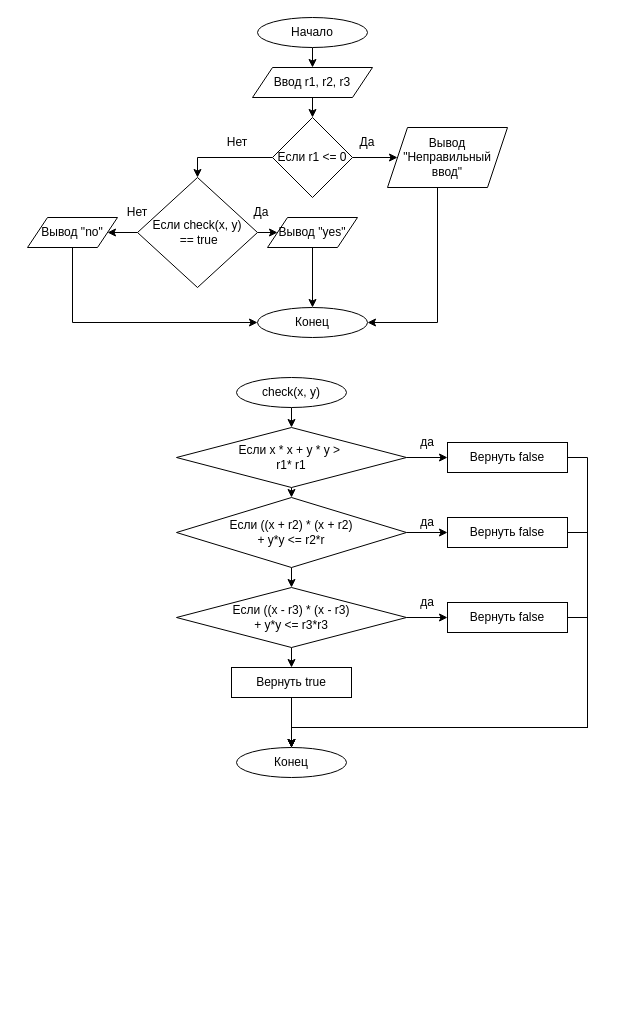
Above: Algo_dann_2_curs/Диаграмма без названия.drawio in Idontlikeni/Uni_docs (draw.io), before the change. Source tidied: cells renumbered, new cells numbered last; positions are measured from the earlier drawing's top-left corner, leaving out a move shared by most shapes. Both pictures are drawn from the tidied source at 100%, with x=0, y=0 at pixel (27, 17).
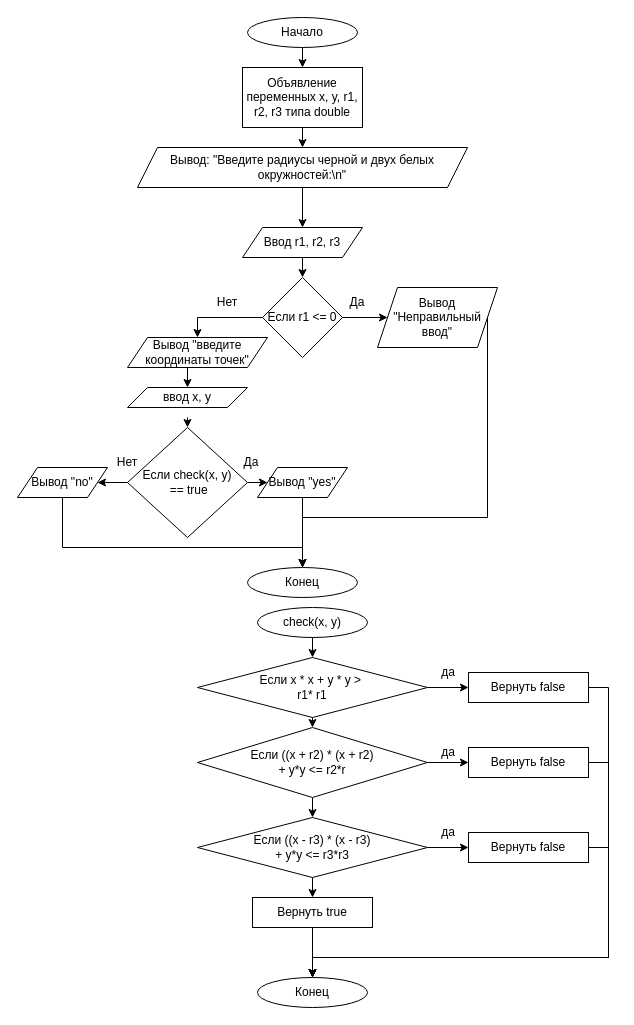
The same page after the edit.

What changed in the source:
```diff
@@
-    <mxCell id="2" style="edgeStyle=orthogonalEdgeStyle;rounded=0;jettySize=auto;html=1;exitX=0.5;exitY=1;exitDx=0;exitDy=0;entryX=0.5;entryY=0;entryDx=0;entryDy=0;" parent="1" edge="1" source="3" target="6">
-      <mxGeometry relative="1" as="geometry" />
-    </mxCell>
+    <mxCell id="46" style="edgeStyle=orthogonalEdgeStyle;rounded=0;jettySize=auto;html=1;exitX=0.5;exitY=1;exitDx=0;exitDy=0;entryX=0.5;entryY=0;entryDx=0;entryDy=0;" parent="1" edge="1" source="3" target="49">
+      <mxGeometry relative="1" as="geometry" />
+    </mxCell>
     <mxCell id="3" value="Начало" style="ellipse;whiteSpace=wrap;html=1;" parent="1" vertex="1">
-      <mxGeometry x="230" width="110" height="30" as="geometry" />
+      <mxGeometry x="220" width="110" height="30" as="geometry" />
     </mxCell>
     <mxCell id="4" value="Конец" style="ellipse;whiteSpace=wrap;html=1;" parent="1" vertex="1">
-      <mxGeometry x="230" y="290" width="110" height="30" as="geometry" />
+      <mxGeometry x="220" y="550" width="110" height="30" as="geometry" />
     </mxCell>
@@
     <mxCell id="6" value="Ввод r1, r2, r3" style="shape=parallelogram;perimeter=parallelogramPerimeter;whiteSpace=wrap;html=1;fixedSize=1;" parent="1" vertex="1">
-      <mxGeometry x="225" y="50" width="120" height="30" as="geometry" />
+      <mxGeometry x="215" y="210" width="120" height="30" as="geometry" />
     </mxCell>
@@
-    <mxCell id="8" style="edgeStyle=orthogonalEdgeStyle;rounded=0;jettySize=auto;html=1;exitX=0;exitY=0.5;exitDx=0;exitDy=0;entryX=0.5;entryY=0;entryDx=0;entryDy=0;" parent="1" edge="1" source="9" target="16">
-      <mxGeometry relative="1" as="geometry" />
-    </mxCell>
+    <mxCell id="47" style="edgeStyle=orthogonalEdgeStyle;rounded=0;jettySize=auto;html=1;exitX=0;exitY=0.5;exitDx=0;exitDy=0;entryX=0.5;entryY=0;entryDx=0;entryDy=0;" parent="1" edge="1" source="9" target="53">
+      <mxGeometry relative="1" as="geometry" />
+    </mxCell>
     <mxCell id="9" value="Если r1 &amp;lt;= 0" style="rhombus;whiteSpace=wrap;html=1;" parent="1" vertex="1">
-      <mxGeometry x="245" y="100" width="80" height="80" as="geometry" />
+      <mxGeometry x="235" y="260" width="80" height="80" as="geometry" />
     </mxCell>
-    <mxCell id="10" style="edgeStyle=orthogonalEdgeStyle;rounded=0;jettySize=auto;html=1;entryX=1;entryY=0.5;entryDx=0;entryDy=0;" parent="1" edge="1" source="11" target="4">
+    <mxCell id="10" style="edgeStyle=orthogonalEdgeStyle;rounded=0;jettySize=auto;html=1;exitX=1;exitY=0.5;exitDx=0;exitDy=0;entryX=0.5;entryY=0;entryDx=0;entryDy=0;" parent="1" edge="1" source="11" target="4">
       <mxGeometry relative="1" as="geometry">
         <Array as="points">
-          <mxPoint x="410" y="305" />
+          <mxPoint x="460" y="500" />
+          <mxPoint x="275" y="500" />
         </Array>
       </mxGeometry>
     </mxCell>
     <mxCell id="11" value="Вывод &quot;Неправильный ввод&quot;" style="shape=parallelogram;perimeter=parallelogramPerimeter;whiteSpace=wrap;html=1;fixedSize=1;" parent="1" vertex="1">
-      <mxGeometry x="360" y="110" width="120" height="60" as="geometry" />
+      <mxGeometry x="350" y="270" width="120" height="60" as="geometry" />
     </mxCell>
     <mxCell id="12" value="Да" style="text;html=1;align=center;verticalAlign=middle;whiteSpace=wrap;rounded=0;" parent="1" vertex="1">
-      <mxGeometry x="310" y="110" width="60" height="30" as="geometry" />
+      <mxGeometry x="300" y="270" width="60" height="30" as="geometry" />
     </mxCell>
     <mxCell id="13" value="Нет" style="text;html=1;align=center;verticalAlign=middle;whiteSpace=wrap;rounded=0;" parent="1" vertex="1">
-      <mxGeometry x="180" y="110" width="60" height="30" as="geometry" />
+      <mxGeometry x="170" y="270" width="60" height="30" as="geometry" />
     </mxCell>
@@
     <mxCell id="16" value="Если check(x, y)&lt;div&gt;&amp;nbsp;== true&lt;/div&gt;" style="rhombus;whiteSpace=wrap;html=1;" parent="1" vertex="1">
-      <mxGeometry x="110" y="160" width="120" height="110" as="geometry" />
+      <mxGeometry x="100" y="410" width="120" height="110" as="geometry" />
     </mxCell>
-    <mxCell id="17" style="edgeStyle=orthogonalEdgeStyle;rounded=0;jettySize=auto;html=1;exitX=0.5;exitY=1;exitDx=0;exitDy=0;" parent="1" edge="1" source="18" target="4">
+    <mxCell id="17" style="edgeStyle=orthogonalEdgeStyle;rounded=0;jettySize=auto;html=1;exitX=0.5;exitY=1;exitDx=0;exitDy=0;entryX=0.5;entryY=0;entryDx=0;entryDy=0;" parent="1" edge="1" source="18" target="4">
       <mxGeometry relative="1" as="geometry" />
     </mxCell>
     <mxCell id="18" value="Вывод &quot;yes&quot;" style="shape=parallelogram;perimeter=parallelogramPerimeter;whiteSpace=wrap;html=1;fixedSize=1;" parent="1" vertex="1">
-      <mxGeometry x="240" y="200" width="90" height="30" as="geometry" />
+      <mxGeometry x="230" y="450" width="90" height="30" as="geometry" />
     </mxCell>
-    <mxCell id="19" style="edgeStyle=orthogonalEdgeStyle;rounded=0;jettySize=auto;html=1;exitX=0.5;exitY=1;exitDx=0;exitDy=0;entryX=0;entryY=0.5;entryDx=0;entryDy=0;" parent="1" edge="1" source="20" target="4">
-      <mxGeometry relative="1" as="geometry" />
+    <mxCell id="19" style="edgeStyle=orthogonalEdgeStyle;rounded=0;jettySize=auto;html=1;exitX=0.5;exitY=1;exitDx=0;exitDy=0;entryX=0.5;entryY=0;entryDx=0;entryDy=0;" parent="1" edge="1" source="20" target="4">
+      <mxGeometry relative="1" as="geometry">
+        <Array as="points">
+          <mxPoint x="35" y="530" />
+          <mxPoint x="275" y="530" />
+        </Array>
+      </mxGeometry>
     </mxCell>
     <mxCell id="20" value="Вывод &quot;no&quot;" style="shape=parallelogram;perimeter=parallelogramPerimeter;whiteSpace=wrap;html=1;fixedSize=1;" parent="1" vertex="1">
-      <mxGeometry y="200" width="90" height="30" as="geometry" />
+      <mxGeometry x="-10" y="450" width="90" height="30" as="geometry" />
     </mxCell>
     <mxCell id="21" value="Да" style="text;html=1;align=center;verticalAlign=middle;whiteSpace=wrap;rounded=0;" parent="1" vertex="1">
-      <mxGeometry x="204" y="180" width="60" height="30" as="geometry" />
+      <mxGeometry x="194" y="430" width="60" height="30" as="geometry" />
     </mxCell>
     <mxCell id="22" value="Нет" style="text;html=1;align=center;verticalAlign=middle;whiteSpace=wrap;rounded=0;" parent="1" vertex="1">
-      <mxGeometry x="80" y="180" width="60" height="30" as="geometry" />
+      <mxGeometry x="70" y="430" width="60" height="30" as="geometry" />
     </mxCell>
@@
     <mxCell id="24" value="check(x, y)" style="ellipse;whiteSpace=wrap;html=1;" parent="1" vertex="1">
-      <mxGeometry x="209" y="360" width="110" height="30" as="geometry" />
+      <mxGeometry x="230" y="590" width="110" height="30" as="geometry" />
     </mxCell>
     <mxCell id="25" value="Конец" style="ellipse;whiteSpace=wrap;html=1;" parent="1" vertex="1">
-      <mxGeometry x="209" y="730" width="110" height="30" as="geometry" />
+      <mxGeometry x="230" y="960" width="110" height="30" as="geometry" />
     </mxCell>
@@
     <mxCell id="28" value="&lt;font style=&quot;font-size: 12px;&quot;&gt;Если&amp;nbsp;&lt;span style=&quot;&quot; lang=&quot;EN-US&quot;&gt;x * x + y * y &amp;gt;&amp;nbsp;&lt;/span&gt;&lt;/font&gt;&lt;div&gt;&lt;span style=&quot;&quot; lang=&quot;EN-US&quot;&gt;&lt;font style=&quot;font-size: 12px;&quot;&gt;r1* r1&lt;/font&gt;&lt;/span&gt;&lt;/div&gt;" style="rhombus;whiteSpace=wrap;html=1;" parent="1" vertex="1">
-      <mxGeometry x="149" y="410" width="230" height="60" as="geometry" />
+      <mxGeometry x="170" y="640" width="230" height="60" as="geometry" />
     </mxCell>
     <mxCell id="29" style="edgeStyle=orthogonalEdgeStyle;rounded=0;jettySize=auto;html=1;exitX=1;exitY=0.5;exitDx=0;exitDy=0;entryX=0.5;entryY=0;entryDx=0;entryDy=0;" parent="1" edge="1" source="30" target="25">
       <mxGeometry relative="1" as="geometry">
         <Array as="points">
-          <mxPoint x="560" y="440" />
-          <mxPoint x="560" y="710" />
-          <mxPoint x="264" y="710" />
+          <mxPoint x="581" y="670" />
+          <mxPoint x="581" y="940" />
+          <mxPoint x="285" y="940" />
         </Array>
       </mxGeometry>
     </mxCell>
     <mxCell id="30" value="Вернуть false" style="rounded=0;whiteSpace=wrap;html=1;" parent="1" vertex="1">
-      <mxGeometry x="420" y="425" width="120" height="30" as="geometry" />
+      <mxGeometry x="441" y="655" width="120" height="30" as="geometry" />
     </mxCell>
     <mxCell id="31" value="да" style="text;html=1;align=center;verticalAlign=middle;whiteSpace=wrap;rounded=0;" parent="1" vertex="1">
-      <mxGeometry x="370" y="410" width="60" height="30" as="geometry" />
+      <mxGeometry x="391" y="640" width="60" height="30" as="geometry" />
     </mxCell>
@@
     <mxCell id="34" value="Если&amp;nbsp;&lt;span style=&quot;&quot; lang=&quot;EN-US&quot;&gt;((x + r2) * (x + r2)&lt;br&gt;+ y*y &amp;lt;= r2*r&lt;/span&gt;" style="rhombus;whiteSpace=wrap;html=1;" parent="1" vertex="1">
-      <mxGeometry x="149" y="480" width="230" height="70" as="geometry" />
+      <mxGeometry x="170" y="710" width="230" height="70" as="geometry" />
     </mxCell>
@@
     <mxCell id="37" value="&lt;span style=&quot;&quot; lang=&quot;EN-US&quot;&gt;Если ((x - r3) * (x - r3)&lt;br&gt;+ y*y &amp;lt;= r3*r3&lt;/span&gt;" style="rhombus;whiteSpace=wrap;html=1;" parent="1" vertex="1">
-      <mxGeometry x="149" y="570" width="230" height="60" as="geometry" />
+      <mxGeometry x="170" y="800" width="230" height="60" as="geometry" />
     </mxCell>
@@
     <mxCell id="39" value="Вернуть true" style="rounded=0;whiteSpace=wrap;html=1;" parent="1" vertex="1">
-      <mxGeometry x="204" y="650" width="120" height="30" as="geometry" />
+      <mxGeometry x="225" y="880" width="120" height="30" as="geometry" />
     </mxCell>
     <mxCell id="40" style="edgeStyle=orthogonalEdgeStyle;rounded=0;jettySize=auto;html=1;exitX=1;exitY=0.5;exitDx=0;exitDy=0;entryX=0.5;entryY=0;entryDx=0;entryDy=0;" parent="1" edge="1" source="41" target="25">
       <mxGeometry relative="1" as="geometry">
         <Array as="points">
-          <mxPoint x="560" y="515" />
-          <mxPoint x="560" y="710" />
-          <mxPoint x="264" y="710" />
+          <mxPoint x="581" y="745" />
+          <mxPoint x="581" y="940" />
+          <mxPoint x="285" y="940" />
         </Array>
       </mxGeometry>
     </mxCell>
     <mxCell id="41" value="Вернуть false" style="rounded=0;whiteSpace=wrap;html=1;" parent="1" vertex="1">
-      <mxGeometry x="420" y="500" width="120" height="30" as="geometry" />
+      <mxGeometry x="441" y="730" width="120" height="30" as="geometry" />
     </mxCell>
     <mxCell id="42" style="edgeStyle=orthogonalEdgeStyle;rounded=0;jettySize=auto;html=1;exitX=1;exitY=0.5;exitDx=0;exitDy=0;entryX=0.5;entryY=0;entryDx=0;entryDy=0;" parent="1" edge="1" source="43" target="25">
       <mxGeometry relative="1" as="geometry">
         <Array as="points">
-          <mxPoint x="560" y="600" />
-          <mxPoint x="560" y="710" />
-          <mxPoint x="264" y="710" />
+          <mxPoint x="581" y="830" />
+          <mxPoint x="581" y="940" />
+          <mxPoint x="285" y="940" />
         </Array>
       </mxGeometry>
     </mxCell>
     <mxCell id="43" value="Вернуть false" style="rounded=0;whiteSpace=wrap;html=1;" parent="1" vertex="1">
-      <mxGeometry x="420" y="585" width="120" height="30" as="geometry" />
+      <mxGeometry x="441" y="815" width="120" height="30" as="geometry" />
     </mxCell>
     <mxCell id="44" value="да" style="text;html=1;align=center;verticalAlign=middle;whiteSpace=wrap;rounded=0;" parent="1" vertex="1">
-      <mxGeometry x="370" y="490" width="60" height="30" as="geometry" />
+      <mxGeometry x="391" y="720" width="60" height="30" as="geometry" />
     </mxCell>
     <mxCell id="45" value="да" style="text;html=1;align=center;verticalAlign=middle;whiteSpace=wrap;rounded=0;" parent="1" vertex="1">
-      <mxGeometry x="370" y="570" width="60" height="30" as="geometry" />
+      <mxGeometry x="391" y="800" width="60" height="30" as="geometry" />
     </mxCell>
+    <mxCell id="48" style="edgeStyle=orthogonalEdgeStyle;rounded=0;jettySize=auto;html=1;exitX=0.5;exitY=1;exitDx=0;exitDy=0;entryX=0.5;entryY=0;entryDx=0;entryDy=0;" parent="1" edge="1" source="49" target="51">
+      <mxGeometry relative="1" as="geometry" />
+    </mxCell>
+    <mxCell id="49" value="Объявление переменных x, y, r1, r2, r3 типа double" style="rounded=0;whiteSpace=wrap;html=1;" parent="1" vertex="1">
+      <mxGeometry x="215" y="50" width="120" height="60" as="geometry" />
+    </mxCell>
+    <mxCell id="50" style="edgeStyle=orthogonalEdgeStyle;rounded=0;jettySize=auto;html=1;exitX=0.5;exitY=1;exitDx=0;exitDy=0;entryX=0.5;entryY=0;entryDx=0;entryDy=0;" parent="1" edge="1" source="51" target="6">
+      <mxGeometry relative="1" as="geometry" />
+    </mxCell>
+    <mxCell id="51" value="Вывод: &quot;Введите радиусы черной и двух белых окружностей:\n&quot;" style="shape=parallelogram;perimeter=parallelogramPerimeter;whiteSpace=wrap;html=1;fixedSize=1;" parent="1" vertex="1">
+      <mxGeometry x="110" y="130" width="330" height="40" as="geometry" />
+    </mxCell>
+    <mxCell id="52" style="edgeStyle=orthogonalEdgeStyle;rounded=0;jettySize=auto;html=1;exitX=0.5;exitY=1;exitDx=0;exitDy=0;entryX=0.5;entryY=0;entryDx=0;entryDy=0;" parent="1" edge="1" source="53" target="55">
+      <mxGeometry relative="1" as="geometry" />
+    </mxCell>
+    <mxCell id="53" value="Вывод &quot;введите координаты точек&quot;" style="shape=parallelogram;perimeter=parallelogramPerimeter;whiteSpace=wrap;html=1;fixedSize=1;" parent="1" vertex="1">
+      <mxGeometry x="100" y="320" width="140" height="30" as="geometry" />
+    </mxCell>
+    <mxCell id="54" style="edgeStyle=orthogonalEdgeStyle;rounded=0;jettySize=auto;html=1;exitX=0.5;exitY=1;exitDx=0;exitDy=0;entryX=0.5;entryY=0;entryDx=0;entryDy=0;" parent="1" edge="1" target="16">
+      <mxGeometry relative="1" as="geometry">
+        <mxPoint x="160" y="400" as="sourcePoint" />
+      </mxGeometry>
+    </mxCell>
+    <mxCell id="55" value="ввод x, y" style="shape=parallelogram;perimeter=parallelogramPerimeter;whiteSpace=wrap;html=1;fixedSize=1;" parent="1" vertex="1">
+      <mxGeometry x="100" y="370" width="120" height="20" as="geometry" />
+    </mxCell>
```
